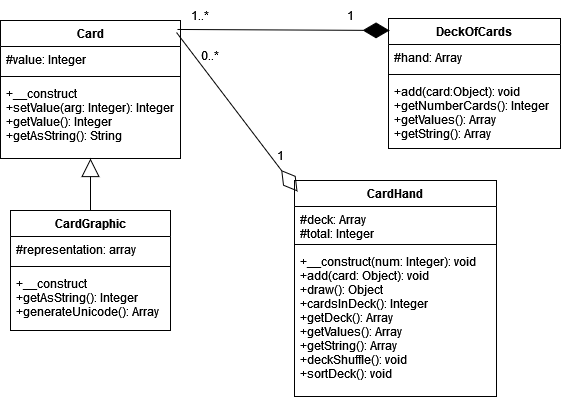
The draw.io diagram public/img/cardUML.png in Mooney91/mvc-report, before a commit. Source tidied: cells renumbered, new cells last; positions are measured from the earlier drawing's top-left corner, leaving out a move shared by most shapes. The source it was exported from:
```xml
<mxGraphModel>
  <root>
    <mxCell id="0" />
    <mxCell id="1" parent="0" />
    <mxCell id="2" value="Card" style="swimlane;fontStyle=1;align=center;verticalAlign=top;horizontal=1;startSize=26;rounded=0;shadow=0;strokeWidth=1;" parent="1" vertex="1">
      <mxGeometry y="20" width="180" height="138" as="geometry" />
    </mxCell>
    <mxCell id="3" value="#value: Integer" style="text;align=left;verticalAlign=top;spacingLeft=4;spacingRight=4;overflow=hidden;" parent="2" vertex="1">
      <mxGeometry y="26" width="180" height="26" as="geometry" />
    </mxCell>
    <mxCell id="4" style="line;html=1;strokeWidth=1;align=left;verticalAlign=middle;spacingTop=-1;spacingLeft=3;spacingRight=3;labelPosition=right;" parent="2" vertex="1">
      <mxGeometry y="52" width="180" height="8" as="geometry" />
    </mxCell>
    <mxCell id="5" value="+__construct&#10;+setValue(arg: Integer): Integer&#10;+getValue(): Integer&#10;+getAsString(): String&#10;" style="text;align=left;verticalAlign=top;spacingLeft=4;spacingRight=4;overflow=hidden;" parent="2" vertex="1">
      <mxGeometry y="60" width="180" height="70" as="geometry" />
    </mxCell>
    <mxCell id="6" value="CardGraphic" style="swimlane;fontStyle=1;align=center;verticalAlign=top;horizontal=1;startSize=26;rounded=0;shadow=0;strokeWidth=1;" parent="1" vertex="1">
      <mxGeometry x="10" y="210" width="160" height="120" as="geometry" />
    </mxCell>
    <mxCell id="7" value="#representation: array" style="text;align=left;verticalAlign=top;spacingLeft=4;spacingRight=4;overflow=hidden;" parent="6" vertex="1">
      <mxGeometry y="26" width="160" height="26" as="geometry" />
    </mxCell>
    <mxCell id="8" style="line;html=1;strokeWidth=1;align=left;verticalAlign=middle;spacingTop=-1;spacingLeft=3;spacingRight=3;labelPosition=right;" parent="6" vertex="1">
      <mxGeometry y="52" width="160" height="8" as="geometry" />
    </mxCell>
    <mxCell id="9" value="+__construct&#10;+getAsString(): Integer&#10;+generateUnicode(): Array&#10;&#10;" style="text;align=left;verticalAlign=top;spacingLeft=4;spacingRight=4;overflow=hidden;" parent="6" vertex="1">
      <mxGeometry y="60" width="160" height="60" as="geometry" />
    </mxCell>
    <mxCell id="10" value="DeckOfCards" style="swimlane;fontStyle=1;align=center;verticalAlign=top;horizontal=1;startSize=26;rounded=0;shadow=0;strokeWidth=1;" parent="1" vertex="1">
      <mxGeometry x="388" y="18" width="172" height="130" as="geometry" />
    </mxCell>
    <mxCell id="11" value="#hand: Array" style="text;align=left;verticalAlign=top;spacingLeft=4;spacingRight=4;overflow=hidden;" parent="10" vertex="1">
      <mxGeometry y="26" width="172" height="26" as="geometry" />
    </mxCell>
    <mxCell id="12" style="line;html=1;strokeWidth=1;align=left;verticalAlign=middle;spacingTop=-1;spacingLeft=3;spacingRight=3;labelPosition=right;" parent="10" vertex="1">
      <mxGeometry y="52" width="172" height="8" as="geometry" />
    </mxCell>
    <mxCell id="13" value="+add(card:Object): void&#10;+getNumberCards(): Integer&#10;+getValues(): Array&#10;+getString(): Array&#10;" style="text;align=left;verticalAlign=top;spacingLeft=4;spacingRight=4;overflow=hidden;" parent="10" vertex="1">
      <mxGeometry y="60" width="172" height="70" as="geometry" />
    </mxCell>
    <mxCell id="14" value="CardHand" style="swimlane;fontStyle=1;align=center;verticalAlign=top;horizontal=1;startSize=26;rounded=0;shadow=0;strokeWidth=1;" parent="1" vertex="1">
      <mxGeometry x="294" y="180" width="202" height="216" as="geometry" />
    </mxCell>
    <mxCell id="15" value="#deck: Array&#10;#total: Integer&#10;" style="text;align=left;verticalAlign=top;spacingLeft=4;spacingRight=4;overflow=hidden;" parent="14" vertex="1">
      <mxGeometry y="26" width="202" height="34" as="geometry" />
    </mxCell>
    <mxCell id="16" style="line;html=1;strokeWidth=1;align=left;verticalAlign=middle;spacingTop=-1;spacingLeft=3;spacingRight=3;labelPosition=right;" parent="14" vertex="1">
      <mxGeometry y="60" width="202" height="8" as="geometry" />
    </mxCell>
    <mxCell id="17" value="+__construct(num: Integer): void&#10;+add(card: Object): void&#10;+draw(): Object&#10;+cardsInDeck(): Integer&#10;+getDeck(): Array&#10;+getValues(): Array&#10;+getString(): Array&#10;+deckShuffle(): void&#10;+sortDeck(): void&#10;&#10;" style="text;align=left;verticalAlign=top;spacingLeft=4;spacingRight=4;overflow=hidden;" parent="14" vertex="1">
      <mxGeometry y="68" width="202" height="142" as="geometry" />
    </mxCell>
    <mxCell id="18" style="endArrow=block;endSize=16;endFill=0;html=1;rounded=0;exitX=0.5;exitY=0;exitDx=0;exitDy=0;entryX=0.5;entryY=1;entryDx=0;entryDy=0;" parent="1" edge="1" source="6" target="2">
      <mxGeometry relative="1" as="geometry" />
    </mxCell>
    <mxCell id="19" style="endArrow=diamondThin;endFill=0;endSize=24;html=1;rounded=0;exitX=0.978;exitY=0.087;exitDx=0;exitDy=0;entryX=0.015;entryY=0.051;entryDx=0;entryDy=0;entryPerimeter=0;exitPerimeter=0;" parent="1" edge="1" source="2" target="14">
      <mxGeometry x="-0.77" relative="1" as="geometry" />
    </mxCell>
    <mxCell id="20" style="endArrow=diamondThin;endFill=1;endSize=24;html=1;rounded=0;exitX=0.983;exitY=0.065;exitDx=0;exitDy=0;exitPerimeter=0;entryX=0.006;entryY=0.092;entryDx=0;entryDy=0;entryPerimeter=0;" parent="1" edge="1" source="2" target="10">
      <mxGeometry relative="1" as="geometry" />
    </mxCell>
    <mxCell id="21" value="0..*" style="text;html=1;strokeColor=none;fillColor=none;align=center;verticalAlign=middle;whiteSpace=wrap;rounded=0;" parent="1" vertex="1">
      <mxGeometry x="180" y="40" width="60" height="30" as="geometry" />
    </mxCell>
    <mxCell id="22" value="1" style="text;html=1;strokeColor=none;fillColor=none;align=center;verticalAlign=middle;whiteSpace=wrap;rounded=0;" parent="1" vertex="1">
      <mxGeometry x="250" y="140" width="60" height="30" as="geometry" />
    </mxCell>
    <mxCell id="23" value="1..*" style="text;html=1;strokeColor=none;fillColor=none;align=center;verticalAlign=middle;whiteSpace=wrap;rounded=0;" parent="1" vertex="1">
      <mxGeometry x="170" width="60" height="30" as="geometry" />
    </mxCell>
    <mxCell id="24" value="1" style="text;html=1;strokeColor=none;fillColor=none;align=center;verticalAlign=middle;whiteSpace=wrap;rounded=0;" parent="1" vertex="1">
      <mxGeometry x="320" width="60" height="30" as="geometry" />
    </mxCell>
  </root>
</mxGraphModel>
```
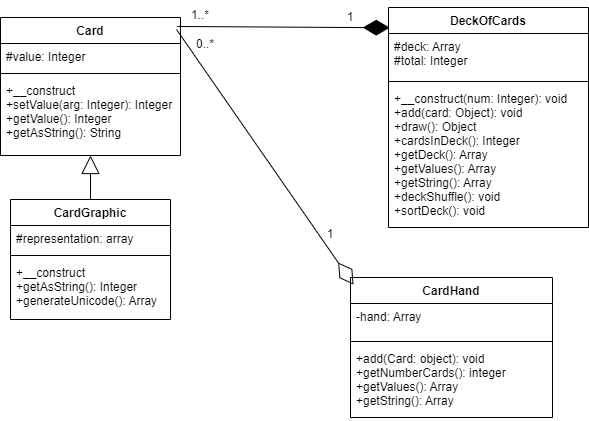
The same file after the commit.

What changed in the source:
```diff
@@ -3,7 +3,7 @@
     <mxCell id="0" />
     <mxCell id="1" parent="0" />
     <mxCell id="2" value="Card" style="swimlane;fontStyle=1;align=center;verticalAlign=top;horizontal=1;startSize=26;rounded=0;shadow=0;strokeWidth=1;" parent="1" vertex="1">
-      <mxGeometry y="20" width="180" height="138" as="geometry" />
+      <mxGeometry y="28" width="180" height="138" as="geometry" />
     </mxCell>
     <mxCell id="3" value="#value: Integer" style="text;align=left;verticalAlign=top;spacingLeft=4;spacingRight=4;overflow=hidden;" parent="2" vertex="1">
       <mxGeometry y="26" width="180" height="26" as="geometry" />
@@ -27,28 +27,28 @@
       <mxGeometry y="60" width="160" height="60" as="geometry" />
     </mxCell>
     <mxCell id="10" value="DeckOfCards" style="swimlane;fontStyle=1;align=center;verticalAlign=top;horizontal=1;startSize=26;rounded=0;shadow=0;strokeWidth=1;" parent="1" vertex="1">
-      <mxGeometry x="388" y="18" width="172" height="130" as="geometry" />
+      <mxGeometry x="388" y="18" width="200" height="220" as="geometry" />
     </mxCell>
-    <mxCell id="11" value="#hand: Array" style="text;align=left;verticalAlign=top;spacingLeft=4;spacingRight=4;overflow=hidden;" parent="10" vertex="1">
-      <mxGeometry y="26" width="172" height="26" as="geometry" />
+    <mxCell id="11" value="#deck: Array&#10;#total: Integer" style="text;align=left;verticalAlign=top;spacingLeft=4;spacingRight=4;overflow=hidden;" parent="10" vertex="1">
+      <mxGeometry y="26" width="200" height="44" as="geometry" />
     </mxCell>
     <mxCell id="12" style="line;html=1;strokeWidth=1;align=left;verticalAlign=middle;spacingTop=-1;spacingLeft=3;spacingRight=3;labelPosition=right;" parent="10" vertex="1">
-      <mxGeometry y="52" width="172" height="8" as="geometry" />
+      <mxGeometry y="70" width="200" height="8" as="geometry" />
     </mxCell>
-    <mxCell id="13" value="+add(card:Object): void&#10;+getNumberCards(): Integer&#10;+getValues(): Array&#10;+getString(): Array&#10;" style="text;align=left;verticalAlign=top;spacingLeft=4;spacingRight=4;overflow=hidden;" parent="10" vertex="1">
-      <mxGeometry y="60" width="172" height="70" as="geometry" />
+    <mxCell id="13" value="+__construct(num: Integer): void&#10;+add(card: Object): void&#10;+draw(): Object&#10;+cardsInDeck(): Integer&#10;+getDeck(): Array&#10;+getValues(): Array&#10;+getString(): Array&#10;+deckShuffle(): void&#10;+sortDeck(): void&#10;&#10;" style="text;align=left;verticalAlign=top;spacingLeft=4;spacingRight=4;overflow=hidden;" parent="10" vertex="1">
+      <mxGeometry y="78" width="200" height="142" as="geometry" />
     </mxCell>
     <mxCell id="14" value="CardHand" style="swimlane;fontStyle=1;align=center;verticalAlign=top;horizontal=1;startSize=26;rounded=0;shadow=0;strokeWidth=1;" parent="1" vertex="1">
-      <mxGeometry x="294" y="180" width="202" height="216" as="geometry" />
+      <mxGeometry x="350" y="288" width="202" height="140" as="geometry" />
     </mxCell>
-    <mxCell id="15" value="#deck: Array&#10;#total: Integer&#10;" style="text;align=left;verticalAlign=top;spacingLeft=4;spacingRight=4;overflow=hidden;" parent="14" vertex="1">
+    <mxCell id="15" value="-hand: Array" style="text;align=left;verticalAlign=top;spacingLeft=4;spacingRight=4;overflow=hidden;" parent="14" vertex="1">
       <mxGeometry y="26" width="202" height="34" as="geometry" />
     </mxCell>
     <mxCell id="16" style="line;html=1;strokeWidth=1;align=left;verticalAlign=middle;spacingTop=-1;spacingLeft=3;spacingRight=3;labelPosition=right;" parent="14" vertex="1">
       <mxGeometry y="60" width="202" height="8" as="geometry" />
     </mxCell>
-    <mxCell id="17" value="+__construct(num: Integer): void&#10;+add(card: Object): void&#10;+draw(): Object&#10;+cardsInDeck(): Integer&#10;+getDeck(): Array&#10;+getValues(): Array&#10;+getString(): Array&#10;+deckShuffle(): void&#10;+sortDeck(): void&#10;&#10;" style="text;align=left;verticalAlign=top;spacingLeft=4;spacingRight=4;overflow=hidden;" parent="14" vertex="1">
-      <mxGeometry y="68" width="202" height="142" as="geometry" />
+    <mxCell id="17" value="+add(Card: object): void&#10;+getNumberCards(): integer&#10;+getValues(): Array&#10;+getString(): Array" style="text;align=left;verticalAlign=top;spacingLeft=4;spacingRight=4;overflow=hidden;" parent="14" vertex="1">
+      <mxGeometry y="68" width="202" height="72" as="geometry" />
     </mxCell>
     <mxCell id="18" style="endArrow=block;endSize=16;endFill=0;html=1;rounded=0;exitX=0.5;exitY=0;exitDx=0;exitDy=0;entryX=0.5;entryY=1;entryDx=0;entryDy=0;" parent="1" edge="1" source="6" target="2">
       <mxGeometry relative="1" as="geometry" />
@@ -60,16 +60,16 @@
       <mxGeometry relative="1" as="geometry" />
     </mxCell>
     <mxCell id="21" value="0..*" style="text;html=1;strokeColor=none;fillColor=none;align=center;verticalAlign=middle;whiteSpace=wrap;rounded=0;" parent="1" vertex="1">
-      <mxGeometry x="180" y="40" width="60" height="30" as="geometry" />
+      <mxGeometry x="175" y="40" width="60" height="30" as="geometry" />
     </mxCell>
     <mxCell id="22" value="1" style="text;html=1;strokeColor=none;fillColor=none;align=center;verticalAlign=middle;whiteSpace=wrap;rounded=0;" parent="1" vertex="1">
-      <mxGeometry x="250" y="140" width="60" height="30" as="geometry" />
+      <mxGeometry x="300" y="230" width="60" height="30" as="geometry" />
     </mxCell>
     <mxCell id="23" value="1..*" style="text;html=1;strokeColor=none;fillColor=none;align=center;verticalAlign=middle;whiteSpace=wrap;rounded=0;" parent="1" vertex="1">
-      <mxGeometry x="170" width="60" height="30" as="geometry" />
+      <mxGeometry x="170" y="11" width="60" height="30" as="geometry" />
     </mxCell>
     <mxCell id="24" value="1" style="text;html=1;strokeColor=none;fillColor=none;align=center;verticalAlign=middle;whiteSpace=wrap;rounded=0;" parent="1" vertex="1">
-      <mxGeometry x="320" width="60" height="30" as="geometry" />
+      <mxGeometry x="320" y="13" width="60" height="30" as="geometry" />
     </mxCell>
   </root>
 </mxGraphModel>
```
